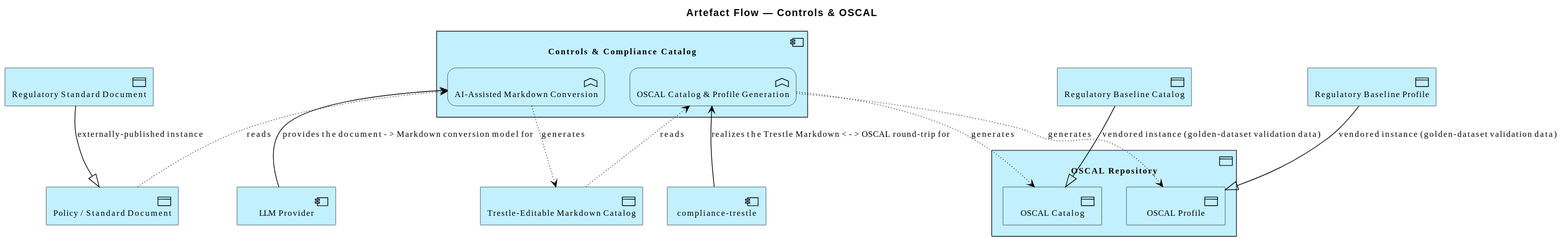
wolffy-au/frictionless-architect keeps this PlantUML diagram as architecture/model/diagrams/application/artefact-oscal.svg. Above is the earlier version.
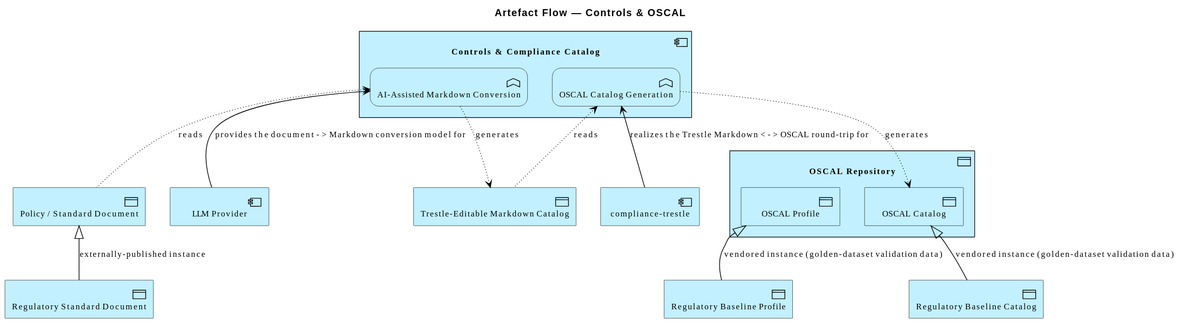
Above is the later version.

What changed in the source:
```diff
@@ -5,7 +5,7 @@
 
 Application_Component(e_ide4bef3733af65a, "Controls & Compliance Catalog") {
   Application_Function(e_id7ce9f3c91f1f53, "AI-Assisted Markdown Conversion")
-  Application_Function(e_id8926bd09002459, "OSCAL Catalog & Profile Generation")
+  Application_Function(e_id8926bd09002459, "OSCAL Catalog Generation")
 }
 Application_DataObject(e_idb18c37abc9ff51, "OSCAL Repository") {
   Application_DataObject(e_idddf65887d53f57, "OSCAL Catalog")
@@ -19,14 +19,13 @@
 Application_DataObject(e_ida95982eb78095a, "Regulatory Baseline Catalog")
 Application_DataObject(e_ide7676379a60257, "Regulatory Baseline Profile")
 
-Rel_Specialization(e_id3d500fda79b357, e_id51129996aed75b, "externally-published instance")
-Rel_Specialization(e_ida95982eb78095a, e_idddf65887d53f57, "vendored instance (golden-dataset validation data)")
-Rel_Specialization(e_ide7676379a60257, e_id9659a679544058, "vendored instance (golden-dataset validation data)")
+Rel_Specialization_Up(e_id3d500fda79b357, e_id51129996aed75b, "externally-published instance")
+Rel_Specialization_Up(e_ida95982eb78095a, e_idddf65887d53f57, "vendored instance (golden-dataset validation data)")
+Rel_Specialization_Up(e_ide7676379a60257, e_id9659a679544058, "vendored instance (golden-dataset validation data)")
 Rel_Serving_Up(e_id0aed952692a556, e_id8926bd09002459, "realizes the Trestle Markdown <-> OSCAL round-trip for")
 Rel_Serving_Up(e_id2610ae0cc2cc50, e_id7ce9f3c91f1f53, "provides the document -> Markdown conversion model for")
 Rel_Access_r(e_id7ce9f3c91f1f53, e_id51129996aed75b, "reads")
 Rel_Access_w(e_id7ce9f3c91f1f53, e_id0ecdf65c0ffd57, "generates")
 Rel_Access_r(e_id8926bd09002459, e_id0ecdf65c0ffd57, "reads")
 Rel_Access_w(e_id8926bd09002459, e_idddf65887d53f57, "generates")
-Rel_Access_w(e_id8926bd09002459, e_id9659a679544058, "generates")
 @enduml
```
